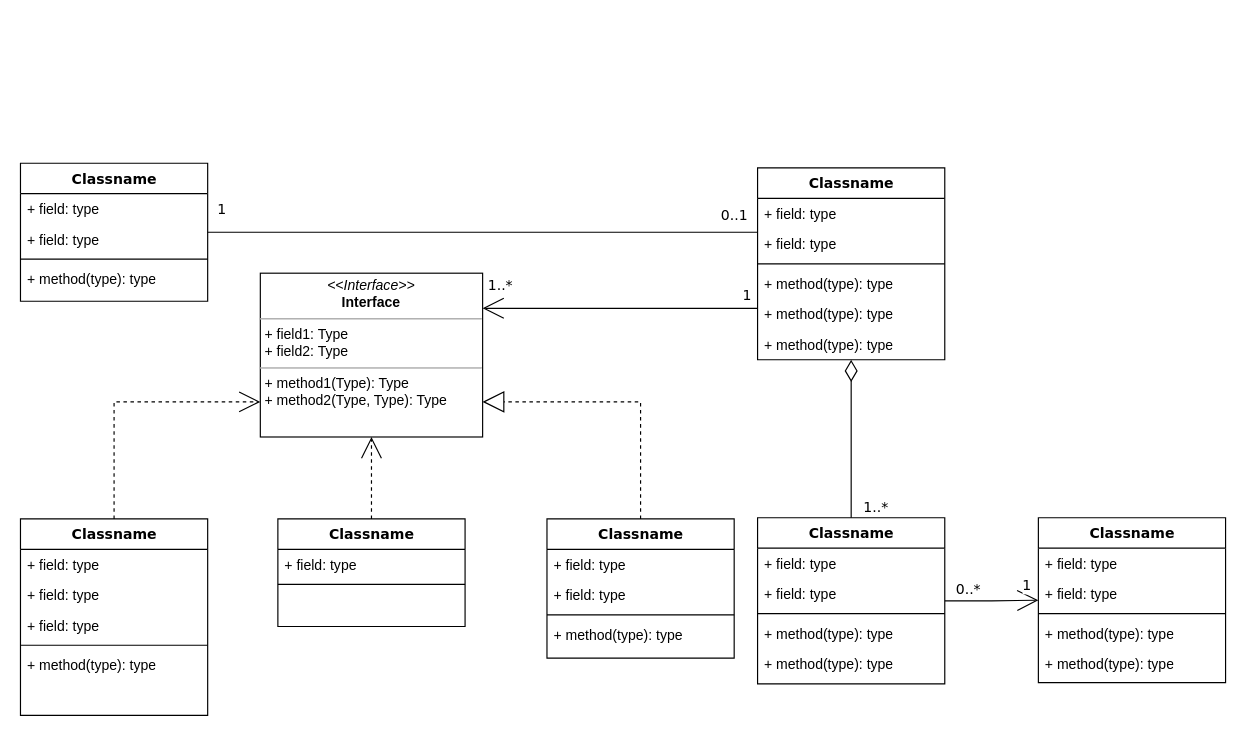
Above: Class diagram.drawio in iafsh/TDDC88-lab3-UML (draw.io), before the change. Source tidied: cells renumbered, new cells numbered last; positions are measured from the earlier drawing's top-left corner, leaving out a move shared by most shapes. Both pictures are drawn from the tidied source at 117%, with x=0, y=0 at pixel (20, 163).
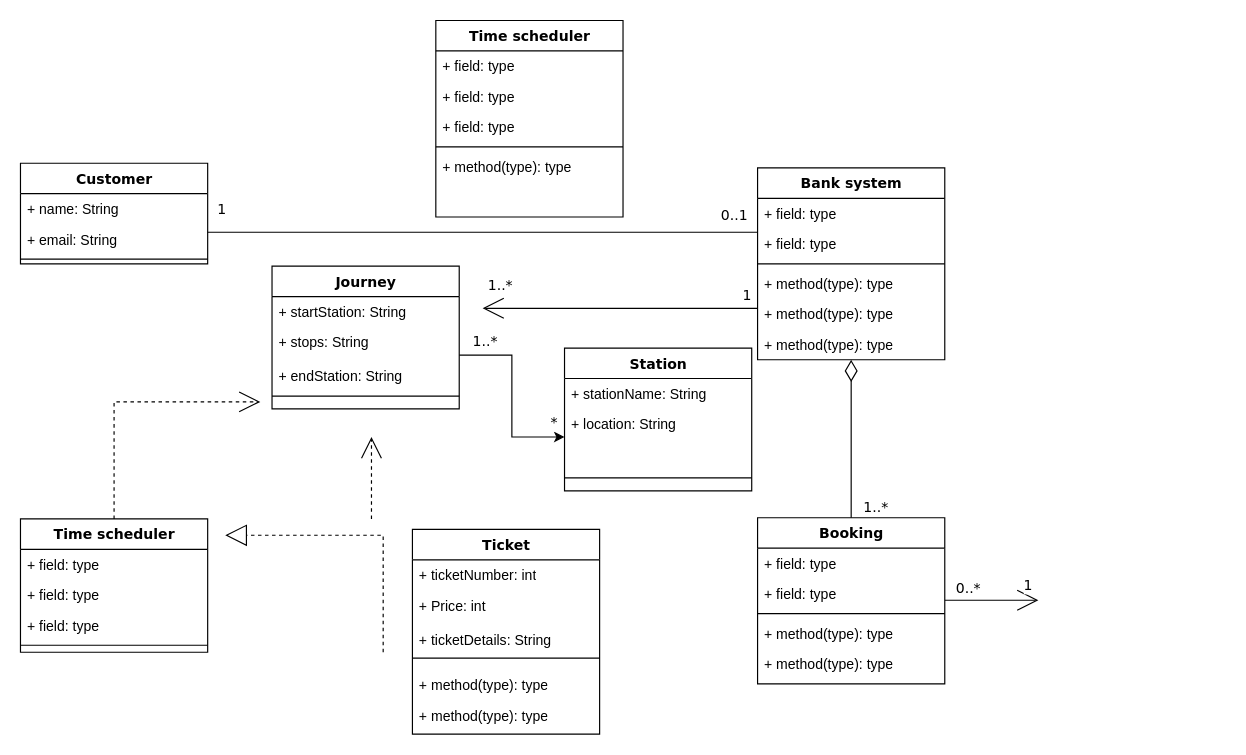
After the change.

The edit, as a diff of the source:
```diff
@@
-    <mxCell id="2" style="edgeStyle=orthogonalEdgeStyle;rounded=0;html=1;dashed=1;labelBackgroundColor=none;startArrow=none;startFill=0;startSize=8;endArrow=open;endFill=0;endSize=16;fontFamily=Verdana;fontSize=12;" parent="1" edge="1" source="3" target="54">
+    <mxCell id="2" style="edgeStyle=orthogonalEdgeStyle;rounded=0;html=1;dashed=1;labelBackgroundColor=none;startArrow=none;startFill=0;startSize=8;endArrow=open;endFill=0;endSize=16;fontFamily=Verdana;fontSize=12;" parent="1" edge="1" source="3">
       <mxGeometry relative="1" as="geometry">
+        <mxPoint x="205" y="204" as="targetPoint" />
         <Array as="points">
           <mxPoint x="80" y="204" />
         </Array>
       </mxGeometry>
     </mxCell>
-    <mxCell id="3" value="Classname" style="swimlane;html=1;fontStyle=1;align=center;verticalAlign=top;horizontal=1;startSize=26;swimlaneFillColor=#ffffff;rounded=0;shadow=0;comic=0;labelBackgroundColor=none;strokeWidth=1;fillColor=none;fontFamily=Verdana;fontSize=12;" parent="1" vertex="1">
-      <mxGeometry y="304" width="160" height="168" as="geometry" />
+    <mxCell id="3" value="Time scheduler" style="swimlane;html=1;fontStyle=1;align=center;verticalAlign=top;horizontal=1;startSize=26;swimlaneFillColor=#ffffff;rounded=0;shadow=0;comic=0;labelBackgroundColor=none;strokeWidth=1;fillColor=none;fontFamily=Verdana;fontSize=12;" parent="1" vertex="1">
+      <mxGeometry y="304" width="160" height="114" as="geometry" />
     </mxCell>
@@
-    <mxCell id="8" value="+ method(type): type" style="text;html=1;strokeColor=none;fillColor=none;align=left;verticalAlign=top;spacingLeft=4;spacingRight=4;whiteSpace=wrap;overflow=hidden;" parent="3" vertex="1">
-      <mxGeometry y="112" width="160" height="26" as="geometry" />
-    </mxCell>
-    <mxCell id="9" value="Classname" style="swimlane;html=1;fontStyle=1;align=center;verticalAlign=top;horizontal=1;startSize=26;swimlaneFillColor=#ffffff;rounded=0;shadow=0;comic=0;labelBackgroundColor=none;strokeWidth=1;fillColor=none;fontFamily=Verdana;fontSize=12;" parent="1" vertex="1">
-      <mxGeometry width="160" height="118" as="geometry" />
+    <mxCell id="9" value="Customer" style="swimlane;html=1;fontStyle=1;align=center;verticalAlign=top;horizontal=1;startSize=26;swimlaneFillColor=#ffffff;rounded=0;shadow=0;comic=0;labelBackgroundColor=none;strokeWidth=1;fillColor=none;fontFamily=Verdana;fontSize=12;" parent="1" vertex="1">
+      <mxGeometry width="160" height="86" as="geometry" />
     </mxCell>
-    <mxCell id="10" value="+ field: type" style="text;html=1;strokeColor=none;fillColor=none;align=left;verticalAlign=top;spacingLeft=4;spacingRight=4;whiteSpace=wrap;overflow=hidden;" parent="9" vertex="1">
+    <mxCell id="10" value="+ name: String" style="text;html=1;strokeColor=none;fillColor=none;align=left;verticalAlign=top;spacingLeft=4;spacingRight=4;whiteSpace=wrap;overflow=hidden;" parent="9" vertex="1">
       <mxGeometry y="26" width="160" height="26" as="geometry" />
     </mxCell>
-    <mxCell id="11" value="+ field: type" style="text;html=1;strokeColor=none;fillColor=none;align=left;verticalAlign=top;spacingLeft=4;spacingRight=4;whiteSpace=wrap;overflow=hidden;" parent="9" vertex="1">
+    <mxCell id="11" value="+ email: String" style="text;html=1;strokeColor=none;fillColor=none;align=left;verticalAlign=top;spacingLeft=4;spacingRight=4;whiteSpace=wrap;overflow=hidden;" parent="9" vertex="1">
       <mxGeometry y="52" width="160" height="26" as="geometry" />
     </mxCell>
@@
-    <mxCell id="13" value="+ method(type): type" style="text;html=1;strokeColor=none;fillColor=none;align=left;verticalAlign=top;spacingLeft=4;spacingRight=4;whiteSpace=wrap;overflow=hidden;" parent="9" vertex="1">
-      <mxGeometry y="86" width="160" height="26" as="geometry" />
-    </mxCell>
-    <mxCell id="14" style="edgeStyle=orthogonalEdgeStyle;rounded=0;html=1;labelBackgroundColor=none;startArrow=none;startFill=0;startSize=8;endArrow=open;endFill=0;endSize=16;fontFamily=Verdana;fontSize=12;" parent="1" edge="1" source="20" target="54">
+    <mxCell id="14" style="edgeStyle=orthogonalEdgeStyle;rounded=0;html=1;labelBackgroundColor=none;startArrow=none;startFill=0;startSize=8;endArrow=open;endFill=0;endSize=16;fontFamily=Verdana;fontSize=12;" parent="1" edge="1" source="20">
       <mxGeometry relative="1" as="geometry">
+        <mxPoint x="395" y="124" as="targetPoint" />
         <Array as="points">
           <mxPoint x="470" y="124" />
           <mxPoint x="470" y="124" />
         </Array>
       </mxGeometry>
     </mxCell>
@@
-    <mxCell id="20" value="Classname" style="swimlane;html=1;fontStyle=1;align=center;verticalAlign=top;horizontal=1;startSize=26;swimlaneFillColor=#ffffff;rounded=0;shadow=0;comic=0;labelBackgroundColor=none;strokeWidth=1;fillColor=none;fontFamily=Verdana;fontSize=12;" parent="1" vertex="1">
+    <mxCell id="20" value="Bank system" style="swimlane;html=1;fontStyle=1;align=center;verticalAlign=top;horizontal=1;startSize=26;swimlaneFillColor=#ffffff;rounded=0;shadow=0;comic=0;labelBackgroundColor=none;strokeWidth=1;fillColor=none;fontFamily=Verdana;fontSize=12;" parent="1" vertex="1">
       <mxGeometry x="630" y="4" width="160" height="164" as="geometry" />
     </mxCell>
@@
-    <mxCell id="27" style="edgeStyle=orthogonalEdgeStyle;rounded=0;html=1;dashed=1;labelBackgroundColor=none;startArrow=none;startFill=0;startSize=8;endArrow=open;endFill=0;endSize=16;fontFamily=Verdana;fontSize=12;" parent="1" edge="1" source="28" target="54">
-      <mxGeometry relative="1" as="geometry" />
+    <mxCell id="27" style="edgeStyle=orthogonalEdgeStyle;rounded=0;html=1;dashed=1;labelBackgroundColor=none;startArrow=none;startFill=0;startSize=8;endArrow=open;endFill=0;endSize=16;fontFamily=Verdana;fontSize=12;" parent="1" edge="1">
+      <mxGeometry relative="1" as="geometry">
+        <mxPoint x="300" y="304" as="sourcePoint" />
+        <mxPoint x="300" y="234" as="targetPoint" />
+      </mxGeometry>
     </mxCell>
-    <mxCell id="28" value="Classname" style="swimlane;html=1;fontStyle=1;align=center;verticalAlign=top;horizontal=1;startSize=26;swimlaneFillColor=#ffffff;rounded=0;shadow=0;comic=0;labelBackgroundColor=none;strokeWidth=1;fillColor=none;fontFamily=Verdana;fontSize=12;" parent="1" vertex="1">
-      <mxGeometry x="220" y="304" width="160" height="92" as="geometry" />
-    </mxCell>
-    <mxCell id="29" value="+ field: type" style="text;html=1;strokeColor=none;fillColor=none;align=left;verticalAlign=top;spacingLeft=4;spacingRight=4;whiteSpace=wrap;overflow=hidden;" parent="28" vertex="1">
-      <mxGeometry y="26" width="160" height="26" as="geometry" />
-    </mxCell>
-    <mxCell id="30" style="line;html=1;strokeWidth=1;fillColor=none;align=left;verticalAlign=middle;spacingTop=-1;spacingLeft=3;spacingRight=3;labelPosition=right;" parent="28" vertex="1">
-      <mxGeometry y="52" width="160" height="8" as="geometry" />
-    </mxCell>
@@
-    <mxCell id="33" style="edgeStyle=orthogonalEdgeStyle;rounded=0;html=1;labelBackgroundColor=none;startArrow=none;startFill=0;startSize=8;endArrow=open;endFill=0;endSize=16;fontFamily=Verdana;fontSize=12;" parent="1" edge="1" source="36" target="42">
-      <mxGeometry relative="1" as="geometry" />
+    <mxCell id="33" style="edgeStyle=orthogonalEdgeStyle;rounded=0;html=1;labelBackgroundColor=none;startArrow=none;startFill=0;startSize=8;endArrow=open;endFill=0;endSize=16;fontFamily=Verdana;fontSize=12;" parent="1" edge="1" source="36">
+      <mxGeometry relative="1" as="geometry">
+        <mxPoint x="870" y="373.5" as="targetPoint" />
+      </mxGeometry>
     </mxCell>
@@
-    <mxCell id="36" value="Classname" style="swimlane;html=1;fontStyle=1;align=center;verticalAlign=top;horizontal=1;startSize=26;swimlaneFillColor=#ffffff;rounded=0;shadow=0;comic=0;labelBackgroundColor=none;strokeWidth=1;fillColor=none;fontFamily=Verdana;fontSize=12;" parent="1" vertex="1">
+    <mxCell id="36" value="Booking" style="swimlane;html=1;fontStyle=1;align=center;verticalAlign=top;horizontal=1;startSize=26;swimlaneFillColor=#ffffff;rounded=0;shadow=0;comic=0;labelBackgroundColor=none;strokeWidth=1;fillColor=none;fontFamily=Verdana;fontSize=12;" parent="1" vertex="1">
       <mxGeometry x="630" y="303" width="160" height="142" as="geometry" />
     </mxCell>
@@
-    <mxCell id="42" value="Classname" style="swimlane;html=1;fontStyle=1;align=center;verticalAlign=top;horizontal=1;startSize=26;swimlaneFillColor=#ffffff;rounded=0;shadow=0;comic=0;labelBackgroundColor=none;strokeWidth=1;fillColor=none;fontFamily=Verdana;fontSize=12;" parent="1" vertex="1">
-      <mxGeometry x="870" y="303" width="160" height="141" as="geometry" />
-    </mxCell>
-    <mxCell id="43" value="+ field: type" style="text;html=1;strokeColor=none;fillColor=none;align=left;verticalAlign=top;spacingLeft=4;spacingRight=4;whiteSpace=wrap;overflow=hidden;" parent="42" vertex="1">
-      <mxGeometry y="26" width="160" height="26" as="geometry" />
-    </mxCell>
-    <mxCell id="44" value="+ field: type" style="text;html=1;strokeColor=none;fillColor=none;align=left;verticalAlign=top;spacingLeft=4;spacingRight=4;whiteSpace=wrap;overflow=hidden;" parent="42" vertex="1">
-      <mxGeometry y="52" width="160" height="26" as="geometry" />
-    </mxCell>
-    <mxCell id="45" style="line;html=1;strokeWidth=1;fillColor=none;align=left;verticalAlign=middle;spacingTop=-1;spacingLeft=3;spacingRight=3;labelPosition=right;" parent="42" vertex="1">
-      <mxGeometry y="78" width="160" height="8" as="geometry" />
-    </mxCell>
-    <mxCell id="46" value="+ method(type): type" style="text;html=1;strokeColor=none;fillColor=none;align=left;verticalAlign=top;spacingLeft=4;spacingRight=4;whiteSpace=wrap;overflow=hidden;" parent="42" vertex="1">
-      <mxGeometry y="86" width="160" height="26" as="geometry" />
-    </mxCell>
-    <mxCell id="47" value="+ method(type): type" style="text;html=1;strokeColor=none;fillColor=none;align=left;verticalAlign=top;spacingLeft=4;spacingRight=4;whiteSpace=wrap;overflow=hidden;" parent="42" vertex="1">
-      <mxGeometry y="112" width="160" height="26" as="geometry" />
-    </mxCell>
-    <mxCell id="48" style="edgeStyle=orthogonalEdgeStyle;rounded=0;html=1;dashed=1;labelBackgroundColor=none;startArrow=none;startFill=0;startSize=8;endArrow=block;endFill=0;endSize=16;fontFamily=Verdana;fontSize=12;" parent="1" edge="1" source="49" target="54">
+    <mxCell id="48" style="edgeStyle=orthogonalEdgeStyle;rounded=0;html=1;dashed=1;labelBackgroundColor=none;startArrow=none;startFill=0;startSize=8;endArrow=block;endFill=0;endSize=16;fontFamily=Verdana;fontSize=12;" parent="1" edge="1">
       <mxGeometry relative="1" as="geometry">
+        <mxPoint x="310" y="418" as="sourcePoint" />
+        <mxPoint x="175" y="318" as="targetPoint" />
         <Array as="points">
-          <mxPoint x="530" y="204" />
+          <mxPoint x="310" y="318" />
         </Array>
       </mxGeometry>
     </mxCell>
-    <mxCell id="49" value="Classname" style="swimlane;html=1;fontStyle=1;align=center;verticalAlign=top;horizontal=1;startSize=26;swimlaneFillColor=#ffffff;rounded=0;shadow=0;comic=0;labelBackgroundColor=none;strokeWidth=1;fillColor=none;fontFamily=Verdana;fontSize=12;" parent="1" vertex="1">
-      <mxGeometry x="450" y="304" width="160" height="119" as="geometry" />
-    </mxCell>
-    <mxCell id="50" value="+ field: type" style="text;html=1;strokeColor=none;fillColor=none;align=left;verticalAlign=top;spacingLeft=4;spacingRight=4;whiteSpace=wrap;overflow=hidden;" parent="49" vertex="1">
-      <mxGeometry y="26" width="160" height="26" as="geometry" />
-    </mxCell>
-    <mxCell id="51" value="+ field: type" style="text;html=1;strokeColor=none;fillColor=none;align=left;verticalAlign=top;spacingLeft=4;spacingRight=4;whiteSpace=wrap;overflow=hidden;" parent="49" vertex="1">
-      <mxGeometry y="52" width="160" height="26" as="geometry" />
-    </mxCell>
-    <mxCell id="52" style="line;html=1;strokeWidth=1;fillColor=none;align=left;verticalAlign=middle;spacingTop=-1;spacingLeft=3;spacingRight=3;labelPosition=right;" parent="49" vertex="1">
-      <mxGeometry y="78" width="160" height="8" as="geometry" />
-    </mxCell>
-    <mxCell id="53" value="+ method(type): type" style="text;html=1;strokeColor=none;fillColor=none;align=left;verticalAlign=top;spacingLeft=4;spacingRight=4;whiteSpace=wrap;overflow=hidden;" parent="49" vertex="1">
-      <mxGeometry y="86" width="160" height="26" as="geometry" />
-    </mxCell>
-    <mxCell id="54" value="&lt;p style=&quot;margin:0px;margin-top:4px;text-align:center;&quot;&gt;&lt;i&gt;&amp;lt;&amp;lt;Interface&amp;gt;&amp;gt;&lt;/i&gt;&lt;br/&gt;&lt;b&gt;Interface&lt;/b&gt;&lt;/p&gt;&lt;hr size=&quot;1&quot;/&gt;&lt;p style=&quot;margin:0px;margin-left:4px;&quot;&gt;+ field1: Type&lt;br/&gt;+ field2: Type&lt;/p&gt;&lt;hr size=&quot;1&quot;/&gt;&lt;p style=&quot;margin:0px;margin-left:4px;&quot;&gt;+ method1(Type): Type&lt;br/&gt;+ method2(Type, Type): Type&lt;/p&gt;" style="verticalAlign=top;align=left;overflow=fill;fontSize=12;fontFamily=Helvetica;html=1;rounded=0;shadow=0;comic=0;labelBackgroundColor=none;strokeWidth=1;" parent="1" vertex="1">
-      <mxGeometry x="205" y="94" width="190" height="140" as="geometry" />
-    </mxCell>
+    <mxCell id="55" value="Ticket" style="swimlane;html=1;fontStyle=1;align=center;verticalAlign=top;horizontal=1;startSize=26;swimlaneFillColor=#ffffff;rounded=0;shadow=0;comic=0;labelBackgroundColor=none;strokeWidth=1;fillColor=none;fontFamily=Verdana;fontSize=12;" parent="1" vertex="1">
+      <mxGeometry x="335" y="313" width="160" height="175" as="geometry" />
+    </mxCell>
+    <mxCell id="56" value="+ ticketNumber: int" style="text;html=1;strokeColor=none;fillColor=none;align=left;verticalAlign=top;spacingLeft=4;spacingRight=4;whiteSpace=wrap;overflow=hidden;" parent="55" vertex="1">
+      <mxGeometry y="26" width="160" height="26" as="geometry" />
+    </mxCell>
+    <mxCell id="57" value="+ Price: int&lt;div&gt;&lt;br&gt;&lt;div&gt;+ ticketDetails: String&lt;/div&gt;&lt;/div&gt;" style="text;html=1;strokeColor=none;fillColor=none;align=left;verticalAlign=top;spacingLeft=4;spacingRight=4;whiteSpace=wrap;overflow=hidden;" parent="55" vertex="1">
+      <mxGeometry y="52" width="160" height="48" as="geometry" />
+    </mxCell>
+    <mxCell id="58" style="line;html=1;strokeWidth=1;fillColor=none;align=left;verticalAlign=middle;spacingTop=-1;spacingLeft=3;spacingRight=3;labelPosition=right;" parent="55" vertex="1">
+      <mxGeometry y="100" width="160" height="20" as="geometry" />
+    </mxCell>
+    <mxCell id="59" value="+ method(type): type" style="text;html=1;strokeColor=none;fillColor=none;align=left;verticalAlign=top;spacingLeft=4;spacingRight=4;whiteSpace=wrap;overflow=hidden;" parent="55" vertex="1">
+      <mxGeometry y="120" width="160" height="26" as="geometry" />
+    </mxCell>
+    <mxCell id="60" value="+ method(type): type" style="text;html=1;strokeColor=none;fillColor=none;align=left;verticalAlign=top;spacingLeft=4;spacingRight=4;whiteSpace=wrap;overflow=hidden;" parent="55" vertex="1">
+      <mxGeometry y="146" width="160" height="22" as="geometry" />
+    </mxCell>
+    <mxCell id="61" value="Time scheduler" style="swimlane;html=1;fontStyle=1;align=center;verticalAlign=top;horizontal=1;startSize=26;swimlaneFillColor=#ffffff;rounded=0;shadow=0;comic=0;labelBackgroundColor=none;strokeWidth=1;fillColor=none;fontFamily=Verdana;fontSize=12;" parent="1" vertex="1">
+      <mxGeometry x="355" y="-122" width="160" height="168" as="geometry" />
+    </mxCell>
+    <mxCell id="62" value="+ field: type" style="text;html=1;strokeColor=none;fillColor=none;align=left;verticalAlign=top;spacingLeft=4;spacingRight=4;whiteSpace=wrap;overflow=hidden;" parent="61" vertex="1">
+      <mxGeometry y="26" width="160" height="26" as="geometry" />
+    </mxCell>
+    <mxCell id="63" value="+ field: type" style="text;html=1;strokeColor=none;fillColor=none;align=left;verticalAlign=top;spacingLeft=4;spacingRight=4;whiteSpace=wrap;overflow=hidden;" parent="61" vertex="1">
+      <mxGeometry y="52" width="160" height="26" as="geometry" />
+    </mxCell>
+    <mxCell id="64" value="+ field: type" style="text;html=1;strokeColor=none;fillColor=none;align=left;verticalAlign=top;spacingLeft=4;spacingRight=4;whiteSpace=wrap;overflow=hidden;" parent="61" vertex="1">
+      <mxGeometry y="78" width="160" height="26" as="geometry" />
+    </mxCell>
+    <mxCell id="65" style="line;html=1;strokeWidth=1;fillColor=none;align=left;verticalAlign=middle;spacingTop=-1;spacingLeft=3;spacingRight=3;labelPosition=right;" parent="61" vertex="1">
+      <mxGeometry y="104" width="160" height="8" as="geometry" />
+    </mxCell>
+    <mxCell id="66" value="+ method(type): type" style="text;html=1;strokeColor=none;fillColor=none;align=left;verticalAlign=top;spacingLeft=4;spacingRight=4;whiteSpace=wrap;overflow=hidden;" parent="61" vertex="1">
+      <mxGeometry y="112" width="160" height="26" as="geometry" />
+    </mxCell>
+    <mxCell id="67" value="Journey" style="swimlane;html=1;fontStyle=1;align=center;verticalAlign=top;horizontal=1;startSize=26;swimlaneFillColor=#ffffff;rounded=0;shadow=0;comic=0;labelBackgroundColor=none;strokeWidth=1;fillColor=none;fontFamily=Verdana;fontSize=12;" parent="1" vertex="1">
+      <mxGeometry x="215" y="88" width="160" height="122" as="geometry" />
+    </mxCell>
+    <mxCell id="68" value="+ startStation: String&lt;div&gt;&lt;br&gt;&lt;/div&gt;&lt;div&gt;&lt;br&gt;&lt;/div&gt;" style="text;html=1;strokeColor=none;fillColor=none;align=left;verticalAlign=top;spacingLeft=4;spacingRight=4;whiteSpace=wrap;overflow=hidden;" parent="67" vertex="1">
+      <mxGeometry y="26" width="160" height="26" as="geometry" />
+    </mxCell>
+    <mxCell id="69" value="&lt;div&gt;+ stops: String&lt;/div&gt;&lt;div&gt;&lt;br&gt;&lt;/div&gt;+ endStation: String&lt;div&gt;&lt;br&gt;&lt;/div&gt;&lt;div&gt;&lt;br&gt;&lt;/div&gt;" style="text;html=1;strokeColor=none;fillColor=none;align=left;verticalAlign=top;spacingLeft=4;spacingRight=4;whiteSpace=wrap;overflow=hidden;points=[[0,0.5],[1,0.5]];portConstraint=eastwest;" parent="67" vertex="1">
+      <mxGeometry y="52" width="160" height="48" as="geometry" />
+    </mxCell>
+    <mxCell id="70" style="line;html=1;strokeWidth=1;fillColor=none;align=left;verticalAlign=middle;spacingTop=-1;spacingLeft=3;spacingRight=3;labelPosition=right;" parent="67" vertex="1">
+      <mxGeometry y="100" width="160" height="22" as="geometry" />
+    </mxCell>
+    <mxCell id="71" value="Station" style="swimlane;html=1;fontStyle=1;align=center;verticalAlign=top;horizontal=1;startSize=26;swimlaneFillColor=#ffffff;rounded=0;shadow=0;comic=0;labelBackgroundColor=none;strokeWidth=1;fillColor=none;fontFamily=Verdana;fontSize=12;" parent="1" vertex="1">
+      <mxGeometry x="465" y="158" width="160" height="122" as="geometry" />
+    </mxCell>
+    <mxCell id="72" value="+ stationName: String&lt;div&gt;&lt;br&gt;&lt;/div&gt;&lt;div&gt;&lt;br&gt;&lt;/div&gt;" style="text;html=1;strokeColor=none;fillColor=none;align=left;verticalAlign=top;spacingLeft=4;spacingRight=4;whiteSpace=wrap;overflow=hidden;" parent="71" vertex="1">
+      <mxGeometry y="26" width="160" height="26" as="geometry" />
+    </mxCell>
+    <mxCell id="73" value="&lt;div&gt;+ location: String&lt;/div&gt;&lt;div&gt;&lt;br&gt;&lt;/div&gt;" style="text;html=1;strokeColor=none;fillColor=none;align=left;verticalAlign=top;spacingLeft=4;spacingRight=4;whiteSpace=wrap;overflow=hidden;points=[[0,0.5],[1,0.5]];portConstraint=eastwest;" parent="71" vertex="1">
+      <mxGeometry y="52" width="160" height="48" as="geometry" />
+    </mxCell>
+    <mxCell id="74" style="line;html=1;strokeWidth=1;fillColor=none;align=left;verticalAlign=middle;spacingTop=-1;spacingLeft=3;spacingRight=3;labelPosition=right;" parent="71" vertex="1">
+      <mxGeometry y="100" width="160" height="22" as="geometry" />
+    </mxCell>
+    <mxCell id="75" style="edgeStyle=orthogonalEdgeStyle;rounded=0;jettySize=auto;html=1;entryX=0;entryY=0.5;entryDx=0;entryDy=0;" parent="1" edge="1" source="69" target="73">
+      <mxGeometry relative="1" as="geometry" />
+    </mxCell>
+    <mxCell id="76" value="1..*" style="text;html=1;align=center;verticalAlign=middle;labelBackgroundColor=#ffffff;fontSize=12;fontFamily=Verdana;" parent="1" vertex="1">
+      <mxGeometry x="419.2" y="108" as="geometry">
+        <mxPoint x="-23" y="44" as="offset" />
+      </mxGeometry>
+    </mxCell>
+    <mxCell id="77" value="*" style="text;html=1;align=center;verticalAlign=middle;labelBackgroundColor=#ffffff;fontSize=12;fontFamily=Verdana;" parent="1" vertex="1">
+      <mxGeometry x="625" y="118" as="geometry">
+        <mxPoint x="-170" y="103" as="offset" />
+      </mxGeometry>
+    </mxCell>
```
